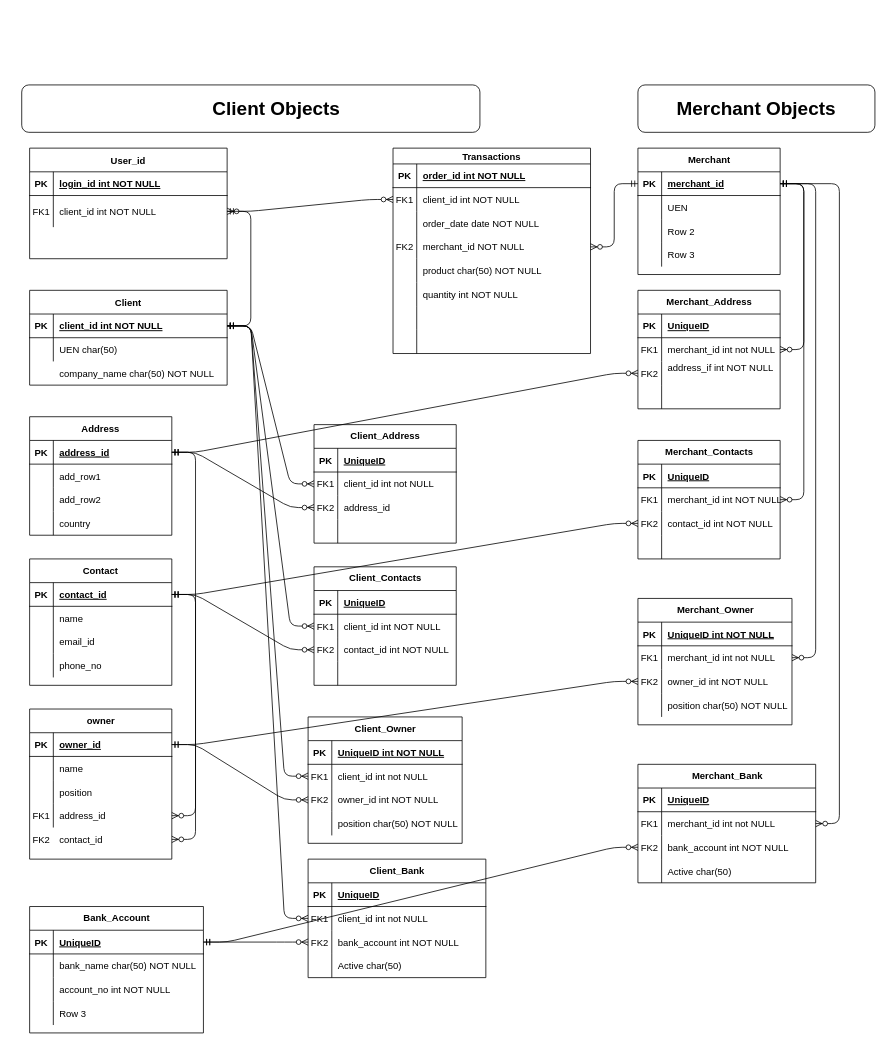
The draw.io diagram ERD.drawio in shankarkm-code/pollinate-solution, before the edit. Source tidied: cells renumbered, new cells numbered last; positions are measured from the earlier drawing's top-left corner, leaving out a move shared by most shapes. Both pictures are drawn from the tidied source at 79%, with x=0, y=0 at pixel (21, 85).
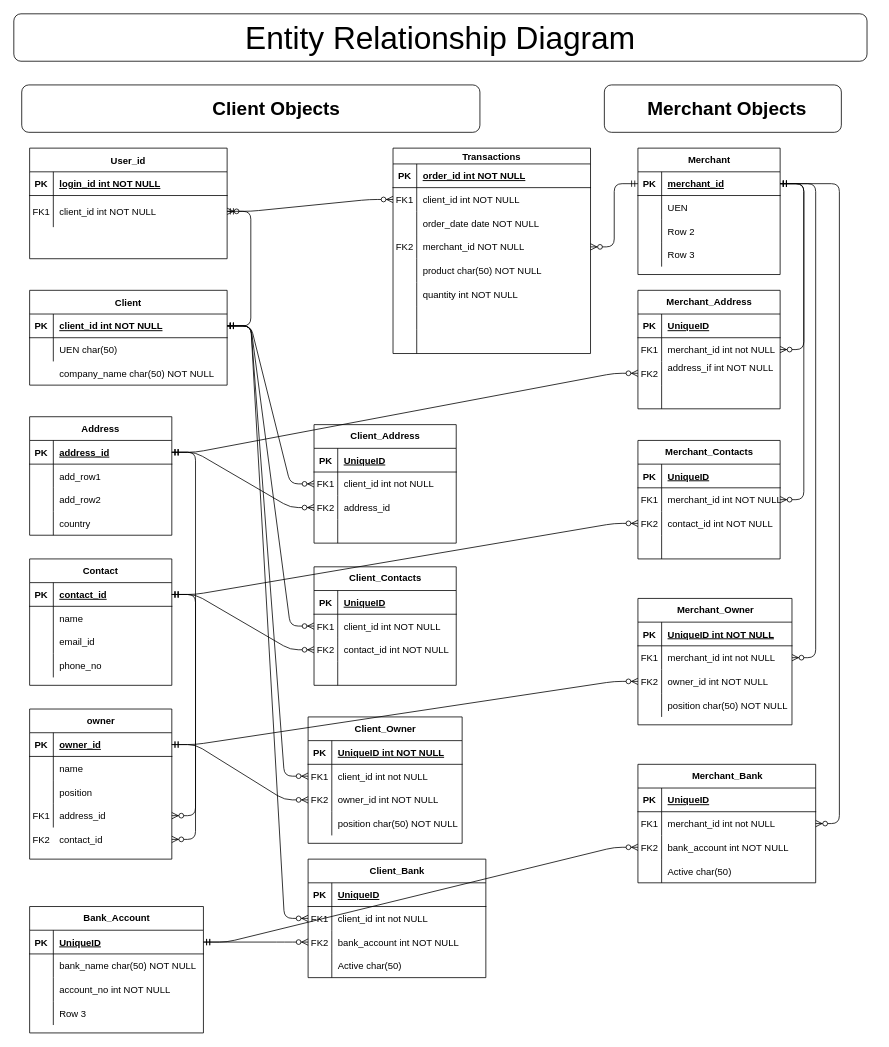
Above is the later version.

Change to the diagram source:
```diff
@@
     <mxCell id="2" style="rounded=1;whiteSpace=wrap;html=1;labelBackgroundColor=none;align=center;" parent="1" vertex="1">
-      <mxGeometry x="780" width="300" height="60" as="geometry" />
+      <mxGeometry x="737.5" width="300" height="60" as="geometry" />
     </mxCell>
@@
     <mxCell id="241" value="&lt;h1&gt;Merchant Objects&lt;/h1&gt;&lt;p&gt;&lt;br&gt;&lt;/p&gt;" style="text;html=1;strokeColor=none;fillColor=none;spacing=5;spacingTop=-20;whiteSpace=wrap;overflow=hidden;rounded=0;align=center;labelBackgroundColor=none;" parent="1" vertex="1">
-      <mxGeometry x="785" y="10" width="290" height="60" as="geometry" />
+      <mxGeometry x="747.5" y="10" width="290" height="60" as="geometry" />
     </mxCell>
+    <mxCell id="242" value="&lt;font style=&quot;font-size: 40px&quot;&gt;Entity Relationship Diagram&lt;/font&gt;" style="rounded=1;whiteSpace=wrap;html=1;labelBackgroundColor=none;align=center;" parent="1" vertex="1">
+      <mxGeometry x="-10" y="-90" width="1080" height="60" as="geometry" />
+    </mxCell>
```
